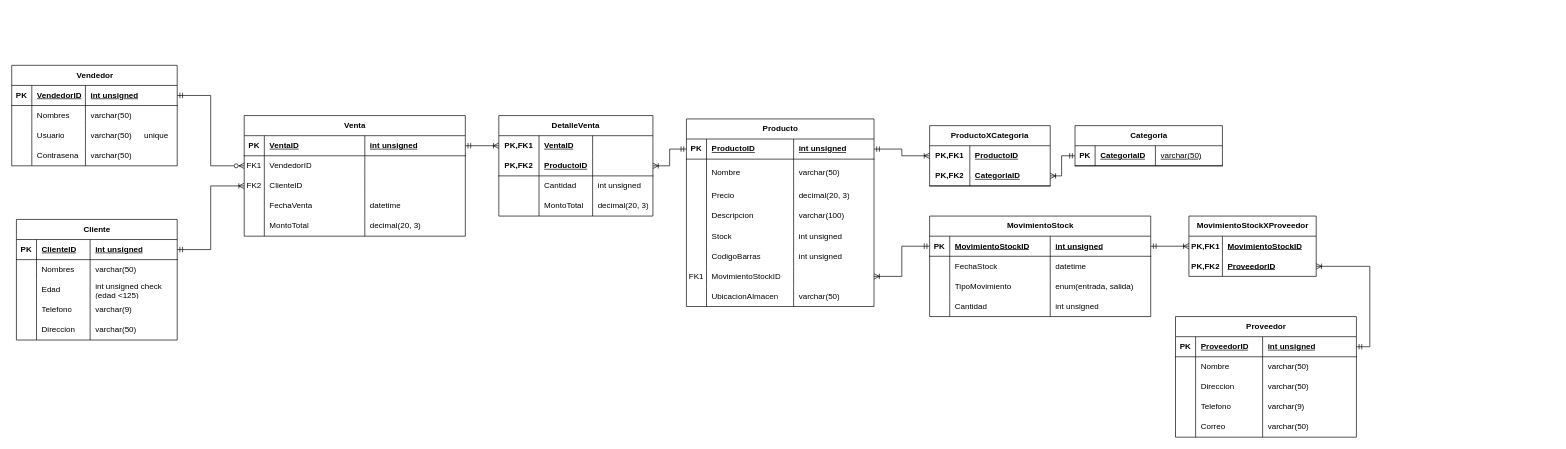
The draw.io diagram Documentacion/DiagramaDB.drawio in kurizuki/Kronos, before the edit. Source tidied: cells renumbered, new cells numbered last; positions are measured from the earlier drawing's top-left corner, leaving out a move shared by most shapes. Both pictures are drawn from the tidied source at 67%, with x=0, y=0 at pixel (11, 65).
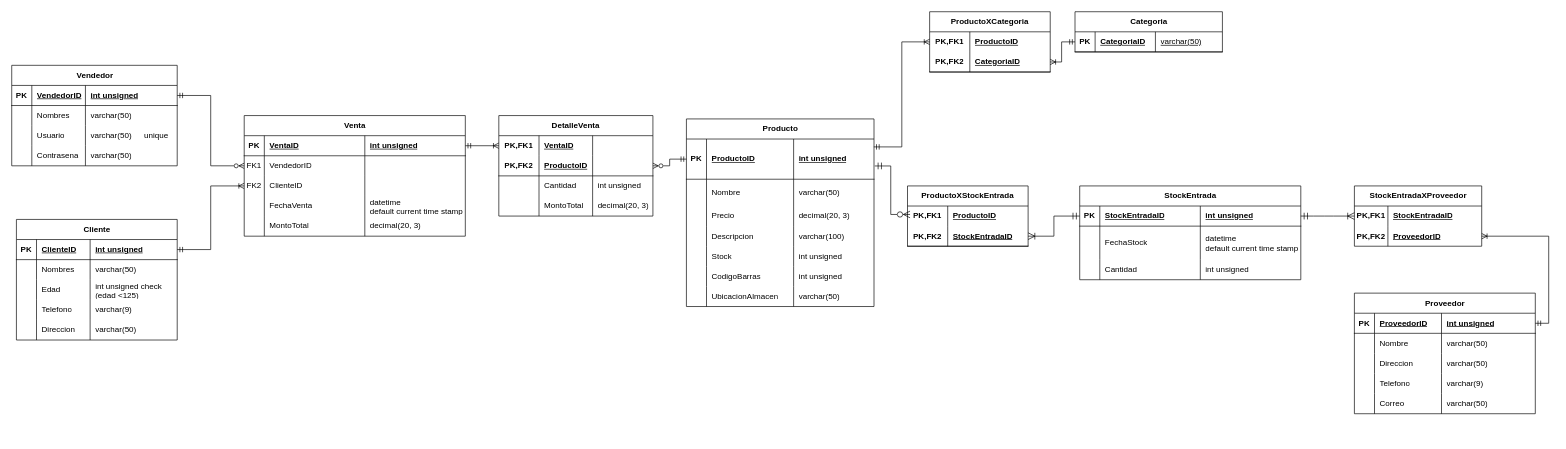
Above is the later version.

Unchanged cells that the change refers to:
```xml
<mxCell id="2" value="Producto" style="shape=table;startSize=30;childLayout=tableLayout;rowLines=0;fontStyle=1;align=center;html=1;" parent="1" vertex="1">
  <mxGeometry x="1007" y="80" width="280" height="280" as="geometry" />
</mxCell>
<mxCell id="41" style="shape=tableRow;horizontal=0;startSize=0;swimlaneHead=0;swimlaneBody=0;fillColor=none;points=[[0,0.5],[1,0.5]];portConstraint=eastwest;top=0;left=0;right=0;bottom=0;html=1;" parent="40" vertex="1">
  <mxGeometry y="30" width="180" height="30" as="geometry" />
</mxCell>
<mxCell id="139" style="shape=tableRow;horizontal=0;startSize=0;swimlaneHead=0;swimlaneBody=0;fillColor=none;top=0;left=0;right=0;bottom=0;" parent="126" vertex="1">
  <mxGeometry y="120" width="330" height="30" as="geometry" />
</mxCell>
<mxCell id="154" style="shape=tableRow;horizontal=0;startSize=0;swimlaneHead=0;swimlaneBody=0;fillColor=none;points=[[0,0.5],[1,0.5]];portConstraint=eastwest;top=0;left=0;right=0;bottom=1;html=1;" parent="149" vertex="1">
  <mxGeometry y="60" width="230" height="30" as="geometry" />
</mxCell>
<mxCell id="171" style="shape=tableRow;horizontal=0;startSize=0;swimlaneHead=0;swimlaneBody=0;fillColor=none;points=[[0,0.5],[1,0.5]];portConstraint=eastwest;top=0;left=0;right=0;bottom=0;" parent="170" vertex="1">
  <mxGeometry y="30" width="190" height="30" as="geometry" />
</mxCell>
```

The edit, as a diff of the source:
```diff
@@
     <mxCell id="3" style="shape=tableRow;horizontal=0;startSize=0;swimlaneHead=0;swimlaneBody=0;fillColor=none;points=[[0,0.5],[1,0.5]];portConstraint=eastwest;top=0;left=0;right=0;bottom=1;" parent="2" vertex="1">
-      <mxGeometry y="30" width="280" height="30" as="geometry" />
+      <mxGeometry y="30" width="280" height="60" as="geometry" />
     </mxCell>
     <mxCell id="4" value="PK" style="shape=partialRectangle;fillColor=none;top=0;left=0;bottom=0;right=0;fontStyle=1;overflow=hidden;whiteSpace=wrap;html=1;" parent="3" vertex="1">
-      <mxGeometry width="30" height="30" as="geometry" />
+      <mxGeometry width="30" height="60" as="geometry" />
     </mxCell>
     <mxCell id="5" value="ProductoID" style="shape=partialRectangle;fillColor=none;top=0;left=0;bottom=0;right=0;align=left;spacingLeft=6;fontStyle=5;overflow=hidden;whiteSpace=wrap;html=1;" parent="3" vertex="1">
-      <mxGeometry x="30" width="130" height="30" as="geometry" />
+      <mxGeometry x="30" width="130" height="60" as="geometry" />
     </mxCell>
     <mxCell id="6" value="int unsigned" style="shape=partialRectangle;fillColor=none;top=0;left=0;bottom=0;right=0;align=left;spacingLeft=6;fontStyle=5;overflow=hidden;whiteSpace=wrap;html=1;" parent="3" vertex="1">
-      <mxGeometry x="160" width="120" height="30" as="geometry" />
+      <mxGeometry x="160" width="120" height="60" as="geometry" />
     </mxCell>
     <mxCell id="7" style="shape=tableRow;horizontal=0;startSize=0;swimlaneHead=0;swimlaneBody=0;fillColor=none;top=0;left=0;right=0;bottom=0;" parent="2" vertex="1">
-      <mxGeometry y="60" width="280" height="40" as="geometry" />
+      <mxGeometry y="90" width="280" height="40" as="geometry" />
     </mxCell>
@@
     <mxCell id="11" style="shape=tableRow;horizontal=0;startSize=0;swimlaneHead=0;swimlaneBody=0;fillColor=none;top=0;left=0;right=0;bottom=0;" parent="2" vertex="1">
-      <mxGeometry y="100" width="280" height="30" as="geometry" />
+      <mxGeometry y="130" width="280" height="30" as="geometry" />
     </mxCell>
@@
     <mxCell id="15" style="shape=tableRow;horizontal=0;startSize=0;swimlaneHead=0;swimlaneBody=0;fillColor=none;top=0;left=0;right=0;bottom=0;" parent="2" vertex="1">
-      <mxGeometry y="130" width="280" height="30" as="geometry" />
+      <mxGeometry y="160" width="280" height="30" as="geometry" />
     </mxCell>
@@
     <mxCell id="19" style="shape=tableRow;horizontal=0;startSize=0;swimlaneHead=0;swimlaneBody=0;fillColor=none;top=0;left=0;right=0;bottom=0;" parent="2" vertex="1">
-      <mxGeometry y="160" width="280" height="30" as="geometry" />
+      <mxGeometry y="190" width="280" height="30" as="geometry" />
     </mxCell>
@@
     <mxCell id="23" style="shape=tableRow;horizontal=0;startSize=0;swimlaneHead=0;swimlaneBody=0;fillColor=none;top=0;left=0;right=0;bottom=0;" parent="2" vertex="1">
-      <mxGeometry y="190" width="280" height="30" as="geometry" />
+      <mxGeometry y="220" width="280" height="30" as="geometry" />
     </mxCell>
@@
-    <mxCell id="27" style="shape=tableRow;horizontal=0;startSize=0;swimlaneHead=0;swimlaneBody=0;fillColor=none;points=[[0,0.5],[1,0.5]];portConstraint=eastwest;top=0;left=0;right=0;bottom=0;" parent="2" vertex="1">
-      <mxGeometry y="220" width="280" height="30" as="geometry" />
-    </mxCell>
-    <mxCell id="28" value="FK1" style="shape=partialRectangle;fillColor=none;top=0;left=0;bottom=0;right=0;overflow=hidden;whiteSpace=wrap;html=1;" parent="27" vertex="1">
-      <mxGeometry width="30" height="30" as="geometry" />
-    </mxCell>
-    <mxCell id="29" value="MovimientoStockID" style="shape=partialRectangle;fillColor=none;top=0;left=0;bottom=0;right=0;align=left;spacingLeft=6;overflow=hidden;whiteSpace=wrap;html=1;" parent="27" vertex="1">
-      <mxGeometry x="30" width="130" height="30" as="geometry" />
-    </mxCell>
-    <mxCell id="30" style="shape=partialRectangle;fillColor=none;top=0;left=0;bottom=0;right=0;align=left;spacingLeft=6;overflow=hidden;whiteSpace=wrap;html=1;" parent="27" vertex="1">
-      <mxGeometry x="160" width="120" height="30" as="geometry" />
-    </mxCell>
@@
     <mxCell id="35" value="Categoria" style="shape=table;startSize=30;childLayout=tableLayout;rowLines=0;fontStyle=1;align=center;html=1;" parent="1" vertex="1">
-      <mxGeometry x="1587" y="90" width="220" height="60" as="geometry" />
+      <mxGeometry x="1587" y="-80" width="220" height="60" as="geometry" />
     </mxCell>
@@
     <mxCell id="40" value="ProductoXCategoria" style="shape=table;startSize=30;childLayout=tableLayout;rowLines=0;fontStyle=1;align=center;html=1;whiteSpace=wrap;" parent="1" vertex="1">
-      <mxGeometry x="1370" y="90" width="180" height="90" as="geometry" />
+      <mxGeometry x="1370" y="-80" width="180" height="90" as="geometry" />
     </mxCell>
@@
-    <mxCell id="47" style="edgeStyle=orthogonalEdgeStyle;rounded=0;jettySize=auto;html=1;entryX=0;entryY=0.5;entryDx=0;entryDy=0;startArrow=ERmandOne;startFill=0;endArrow=ERoneToMany;endFill=0;" parent="1" edge="1" source="3" target="41">
+    <mxCell id="47" style="edgeStyle=orthogonalEdgeStyle;rounded=0;jettySize=auto;html=1;entryX=0;entryY=0.5;entryDx=0;entryDy=0;startArrow=ERmandOne;startFill=0;endArrow=ERoneToMany;endFill=0;exitX=0.999;exitY=0.196;exitDx=0;exitDy=0;exitPerimeter=0;" parent="1" edge="1" source="3" target="41">
       <mxGeometry relative="1" as="geometry" />
     </mxCell>
@@
-    <mxCell id="49" value="MovimientoStock" style="shape=table;startSize=30;childLayout=tableLayout;rowLines=0;fontStyle=1;align=center;html=1;" parent="1" vertex="1">
-      <mxGeometry x="1370" y="225" width="330" height="150" as="geometry" />
-    </mxCell>
-    <mxCell id="50" style="shape=tableRow;horizontal=0;startSize=0;swimlaneHead=0;swimlaneBody=0;fillColor=none;points=[[0,0.5],[1,0.5]];portConstraint=eastwest;top=0;left=0;right=0;bottom=1;" parent="49" vertex="1">
-      <mxGeometry y="30" width="330" height="30" as="geometry" />
-    </mxCell>
-    <mxCell id="51" value="PK" style="shape=partialRectangle;fillColor=none;top=0;left=0;bottom=0;right=0;fontStyle=1;overflow=hidden;whiteSpace=wrap;html=1;" parent="50" vertex="1">
-      <mxGeometry width="30" height="30" as="geometry" />
-    </mxCell>
-    <mxCell id="52" value="MovimientoStockID" style="shape=partialRectangle;fillColor=none;top=0;left=0;bottom=0;right=0;align=left;spacingLeft=6;fontStyle=5;overflow=hidden;whiteSpace=wrap;html=1;" parent="50" vertex="1">
-      <mxGeometry x="30" width="150" height="30" as="geometry" />
-    </mxCell>
-    <mxCell id="53" value="int unsigned" style="shape=partialRectangle;fillColor=none;top=0;left=0;bottom=0;right=0;align=left;spacingLeft=6;fontStyle=5;overflow=hidden;whiteSpace=wrap;html=1;" parent="50" vertex="1">
-      <mxGeometry x="180" width="150" height="30" as="geometry" />
-    </mxCell>
-    <mxCell id="54" style="shape=tableRow;horizontal=0;startSize=0;swimlaneHead=0;swimlaneBody=0;fillColor=none;top=0;left=0;right=0;bottom=0;" parent="49" vertex="1">
-      <mxGeometry y="60" width="330" height="30" as="geometry" />
-    </mxCell>
-    <mxCell id="55" style="shape=partialRectangle;fillColor=none;top=0;left=0;bottom=0;right=0;overflow=hidden;whiteSpace=wrap;html=1;" parent="54" vertex="1">
-      <mxGeometry width="30" height="30" as="geometry" />
-    </mxCell>
-    <mxCell id="56" value="FechaStock" style="shape=partialRectangle;fillColor=none;top=0;left=0;bottom=0;right=0;align=left;spacingLeft=6;overflow=hidden;whiteSpace=wrap;html=1;" parent="54" vertex="1">
-      <mxGeometry x="30" width="150" height="30" as="geometry" />
-    </mxCell>
-    <mxCell id="57" value="datetime" style="shape=partialRectangle;fillColor=none;top=0;left=0;bottom=0;right=0;align=left;spacingLeft=6;overflow=hidden;whiteSpace=wrap;html=1;" parent="54" vertex="1">
-      <mxGeometry x="180" width="150" height="30" as="geometry" />
-    </mxCell>
-    <mxCell id="58" style="shape=tableRow;horizontal=0;startSize=0;swimlaneHead=0;swimlaneBody=0;fillColor=none;top=0;left=0;right=0;bottom=0;" parent="49" vertex="1">
-      <mxGeometry y="90" width="330" height="30" as="geometry" />
-    </mxCell>
-    <mxCell id="59" style="shape=partialRectangle;fillColor=none;top=0;left=0;bottom=0;right=0;overflow=hidden;whiteSpace=wrap;html=1;" parent="58" vertex="1">
-      <mxGeometry width="30" height="30" as="geometry" />
-    </mxCell>
-    <mxCell id="60" value="TipoMovimiento" style="shape=partialRectangle;fillColor=none;top=0;left=0;bottom=0;right=0;align=left;spacingLeft=6;overflow=hidden;whiteSpace=wrap;html=1;" parent="58" vertex="1">
-      <mxGeometry x="30" width="150" height="30" as="geometry" />
-    </mxCell>
-    <mxCell id="61" value="enum(&lt;span class=&quot;hljs-string&quot;&gt;entrada&lt;/span&gt;,&amp;nbsp;&lt;span class=&quot;hljs-string&quot;&gt;salida&lt;/span&gt;)" style="shape=partialRectangle;fillColor=none;top=0;left=0;bottom=0;right=0;align=left;spacingLeft=6;overflow=hidden;whiteSpace=wrap;html=1;" parent="58" vertex="1">
-      <mxGeometry x="180" width="150" height="30" as="geometry" />
-    </mxCell>
-    <mxCell id="62" style="shape=tableRow;horizontal=0;startSize=0;swimlaneHead=0;swimlaneBody=0;fillColor=none;top=0;left=0;right=0;bottom=0;" parent="49" vertex="1">
-      <mxGeometry y="120" width="330" height="30" as="geometry" />
-    </mxCell>
-    <mxCell id="63" style="shape=partialRectangle;fillColor=none;top=0;left=0;bottom=0;right=0;overflow=hidden;whiteSpace=wrap;html=1;" parent="62" vertex="1">
-      <mxGeometry width="30" height="30" as="geometry" />
-    </mxCell>
-    <mxCell id="64" value="Cantidad" style="shape=partialRectangle;fillColor=none;top=0;left=0;bottom=0;right=0;align=left;spacingLeft=6;overflow=hidden;whiteSpace=wrap;html=1;" parent="62" vertex="1">
-      <mxGeometry x="30" width="150" height="30" as="geometry" />
-    </mxCell>
-    <mxCell id="65" value="int unsigned" style="shape=partialRectangle;fillColor=none;top=0;left=0;bottom=0;right=0;align=left;spacingLeft=6;overflow=hidden;whiteSpace=wrap;html=1;" parent="62" vertex="1">
-      <mxGeometry x="180" width="150" height="30" as="geometry" />
-    </mxCell>
@@
-    <mxCell id="83" style="edgeStyle=orthogonalEdgeStyle;rounded=0;jettySize=auto;html=1;startArrow=ERmandOne;startFill=0;endArrow=ERoneToMany;endFill=0;" parent="1" edge="1" source="50" target="27">
-      <mxGeometry relative="1" as="geometry" />
-    </mxCell>
@@
     <mxCell id="105" value="Proveedor" style="shape=table;startSize=30;childLayout=tableLayout;rowLines=0;fontStyle=1;align=center;html=1;" parent="1" vertex="1">
-      <mxGeometry x="1737" y="375" width="270" height="180" as="geometry" />
+      <mxGeometry x="2004" y="340" width="270" height="180" as="geometry" />
     </mxCell>
@@
-    <mxCell id="142" value="datetime" style="shape=partialRectangle;fillColor=none;top=0;left=0;bottom=0;right=0;align=left;spacingLeft=6;overflow=hidden;whiteSpace=wrap;html=1;" parent="139" vertex="1">
+    <mxCell id="142" value="datetime&lt;div&gt;default current time stamp&lt;/div&gt;&lt;div&gt;&lt;br&gt;&lt;/div&gt;" style="shape=partialRectangle;fillColor=none;top=0;left=0;bottom=0;right=0;align=left;spacingLeft=6;overflow=hidden;whiteSpace=wrap;html=1;" parent="139" vertex="1">
       <mxGeometry x="180" width="150" height="30" as="geometry" />
     </mxCell>
@@
-    <mxCell id="167" style="edgeStyle=orthogonalEdgeStyle;rounded=0;jettySize=auto;html=1;endArrow=ERoneToMany;endFill=0;startArrow=ERmandOne;startFill=0;" parent="1" edge="1" source="3" target="154">
+    <mxCell id="167" style="edgeStyle=orthogonalEdgeStyle;rounded=0;jettySize=auto;html=1;endArrow=ERzeroToMany;endFill=0;startArrow=ERmandOne;startFill=0;" parent="1" edge="1" source="3" target="154">
       <mxGeometry relative="1" as="geometry" />
     </mxCell>
@@
-    <mxCell id="169" style="edgeStyle=orthogonalEdgeStyle;rounded=0;jettySize=auto;html=1;endArrow=ERmandOne;endFill=0;startArrow=ERoneToMany;startFill=0;exitX=0;exitY=0.5;exitDx=0;exitDy=0;" parent="1" edge="1" source="171" target="50">
-      <mxGeometry relative="1" as="geometry" />
-    </mxCell>
+    <mxCell id="177" style="edgeStyle=none;curved=1;rounded=0;jettySize=auto;html=1;entryX=1;entryY=0.5;entryDx=0;entryDy=0;fontSize=12;startSize=8;endSize=8;endArrow=ERmandOne;endFill=0;startArrow=ERoneToMany;startFill=0;" parent="1" edge="1" source="170" target="50">
+      <mxGeometry relative="1" as="geometry" />
+    </mxCell>
-    <mxCell id="170" value="&lt;span style=&quot;text-wrap: wrap;&quot;&gt;MovimientoStockXProveedor&lt;/span&gt;" style="shape=table;startSize=30;childLayout=tableLayout;rowLines=0;fontStyle=1;align=center;html=1;" parent="1" vertex="1">
-      <mxGeometry x="1757" y="225" width="190" height="90" as="geometry" />
+    <mxCell id="170" value="&lt;span style=&quot;text-wrap: wrap;&quot;&gt;StockEntradaXProveedor&lt;/span&gt;" style="shape=table;startSize=30;childLayout=tableLayout;rowLines=0;fontStyle=1;align=center;html=1;" parent="1" vertex="1">
+      <mxGeometry x="2004" y="180" width="190" height="90" as="geometry" />
     </mxCell>
@@
-    <mxCell id="173" value="&lt;b&gt;&lt;u&gt;MovimientoStockID&lt;/u&gt;&lt;/b&gt;" style="shape=partialRectangle;fillColor=none;top=0;left=0;bottom=0;right=0;align=left;spacingLeft=6;overflow=hidden;whiteSpace=wrap;html=1;" parent="171" vertex="1">
+    <mxCell id="173" value="&lt;span style=&quot;font-weight: 700; text-decoration-line: underline;&quot;&gt;StockEntradaID&lt;/span&gt;" style="shape=partialRectangle;fillColor=none;top=0;left=0;bottom=0;right=0;align=left;spacingLeft=6;overflow=hidden;whiteSpace=wrap;html=1;" parent="171" vertex="1">
       <mxGeometry x="50" width="140" height="30" as="geometry" />
     </mxCell>
@@
+    <mxCell id="178" value="StockEntrada" style="shape=table;startSize=30;childLayout=tableLayout;rowLines=0;fontStyle=1;align=center;html=1;" parent="1" vertex="1">
+      <mxGeometry x="1594" y="180" width="330" height="140" as="geometry" />
+    </mxCell>
+    <mxCell id="50" style="shape=tableRow;horizontal=0;startSize=0;swimlaneHead=0;swimlaneBody=0;fillColor=none;points=[[0,0.5],[1,0.5]];portConstraint=eastwest;top=0;left=0;right=0;bottom=1;" parent="178" vertex="1">
+      <mxGeometry y="30" width="330" height="30" as="geometry" />
+    </mxCell>
+    <mxCell id="51" value="PK" style="shape=partialRectangle;fillColor=none;top=0;left=0;bottom=0;right=0;fontStyle=1;overflow=hidden;whiteSpace=wrap;html=1;" parent="50" vertex="1">
+      <mxGeometry width="30" height="30" as="geometry" />
+    </mxCell>
+    <mxCell id="179" value="StockEntradaID" style="shape=partialRectangle;fillColor=none;top=0;left=0;bottom=0;right=0;align=left;spacingLeft=6;fontStyle=5;overflow=hidden;whiteSpace=wrap;html=1;" parent="50" vertex="1">
+      <mxGeometry x="30" width="150" height="30" as="geometry" />
+    </mxCell>
+    <mxCell id="53" value="int unsigned" style="shape=partialRectangle;fillColor=none;top=0;left=0;bottom=0;right=0;align=left;spacingLeft=6;fontStyle=5;overflow=hidden;whiteSpace=wrap;html=1;" parent="50" vertex="1">
+      <mxGeometry x="180" width="150" height="30" as="geometry" />
+    </mxCell>
+    <mxCell id="180" style="shape=tableRow;horizontal=0;startSize=0;swimlaneHead=0;swimlaneBody=0;fillColor=none;top=0;left=0;right=0;bottom=0;" parent="178" vertex="1">
+      <mxGeometry y="60" width="330" height="50" as="geometry" />
+    </mxCell>
+    <mxCell id="181" style="shape=partialRectangle;fillColor=none;top=0;left=0;bottom=0;right=0;overflow=hidden;whiteSpace=wrap;html=1;" parent="180" vertex="1">
+      <mxGeometry width="30" height="50" as="geometry" />
+    </mxCell>
+    <mxCell id="56" value="FechaStock" style="shape=partialRectangle;fillColor=none;top=0;left=0;bottom=0;right=0;align=left;spacingLeft=6;overflow=hidden;whiteSpace=wrap;html=1;" parent="180" vertex="1">
+      <mxGeometry x="30" width="150" height="50" as="geometry" />
+    </mxCell>
+    <mxCell id="182" value="datetime&lt;div&gt;default current time stamp&lt;/div&gt;" style="shape=partialRectangle;fillColor=none;top=0;left=0;bottom=0;right=0;align=left;spacingLeft=6;overflow=hidden;whiteSpace=wrap;html=1;" parent="180" vertex="1">
+      <mxGeometry x="180" width="150" height="50" as="geometry" />
+    </mxCell>
+    <mxCell id="183" style="shape=tableRow;horizontal=0;startSize=0;swimlaneHead=0;swimlaneBody=0;fillColor=none;top=0;left=0;right=0;bottom=0;" parent="178" vertex="1">
+      <mxGeometry y="110" width="330" height="30" as="geometry" />
+    </mxCell>
+    <mxCell id="184" style="shape=partialRectangle;fillColor=none;top=0;left=0;bottom=0;right=0;overflow=hidden;whiteSpace=wrap;html=1;" parent="183" vertex="1">
+      <mxGeometry width="30" height="30" as="geometry" />
+    </mxCell>
+    <mxCell id="64" value="Cantidad" style="shape=partialRectangle;fillColor=none;top=0;left=0;bottom=0;right=0;align=left;spacingLeft=6;overflow=hidden;whiteSpace=wrap;html=1;" parent="183" vertex="1">
+      <mxGeometry x="30" width="150" height="30" as="geometry" />
+    </mxCell>
+    <mxCell id="65" value="int unsigned" style="shape=partialRectangle;fillColor=none;top=0;left=0;bottom=0;right=0;align=left;spacingLeft=6;overflow=hidden;whiteSpace=wrap;html=1;" parent="183" vertex="1">
+      <mxGeometry x="180" width="150" height="30" as="geometry" />
+    </mxCell>
+    <mxCell id="185" value="ProductoXStockEntrada" style="shape=table;startSize=30;childLayout=tableLayout;rowLines=0;fontStyle=1;align=center;html=1;whiteSpace=wrap;" parent="1" vertex="1">
+      <mxGeometry x="1337" y="180" width="180" height="90" as="geometry" />
+    </mxCell>
+    <mxCell id="186" style="shape=tableRow;horizontal=0;startSize=0;swimlaneHead=0;swimlaneBody=0;fillColor=none;points=[[0,0.5],[1,0.5]];portConstraint=eastwest;top=0;left=0;right=0;bottom=0;html=1;" parent="185" vertex="1">
+      <mxGeometry y="30" width="180" height="30" as="geometry" />
+    </mxCell>
+    <mxCell id="187" value="PK,FK1" style="shape=partialRectangle;fillColor=none;top=0;left=0;bottom=0;right=0;fontStyle=1;overflow=hidden;html=1;whiteSpace=wrap;" parent="186" vertex="1">
+      <mxGeometry width="60" height="30" as="geometry" />
+    </mxCell>
+    <mxCell id="188" value="&lt;span style=&quot;text-align: center; text-wrap-mode: nowrap;&quot;&gt;ProductoID&lt;/span&gt;" style="shape=partialRectangle;fillColor=none;top=0;left=0;bottom=0;right=0;align=left;spacingLeft=6;fontStyle=5;overflow=hidden;html=1;whiteSpace=wrap;" parent="186" vertex="1">
+      <mxGeometry x="60" width="120" height="30" as="geometry" />
+    </mxCell>
+    <mxCell id="189" style="shape=tableRow;horizontal=0;startSize=0;swimlaneHead=0;swimlaneBody=0;fillColor=none;points=[[0,0.5],[1,0.5]];portConstraint=eastwest;top=0;left=0;right=0;bottom=1;html=1;" parent="185" vertex="1">
+      <mxGeometry y="60" width="180" height="30" as="geometry" />
+    </mxCell>
+    <mxCell id="190" value="PK,FK2" style="shape=partialRectangle;fillColor=none;top=0;left=0;bottom=0;right=0;fontStyle=1;overflow=hidden;html=1;whiteSpace=wrap;" parent="189" vertex="1">
+      <mxGeometry width="60" height="30" as="geometry" />
+    </mxCell>
+    <mxCell id="191" value="&lt;span style=&quot;text-align: center; text-wrap-mode: nowrap;&quot;&gt;StockEntradaID&lt;/span&gt;" style="shape=partialRectangle;fillColor=none;top=0;left=0;bottom=0;right=0;align=left;spacingLeft=6;fontStyle=5;overflow=hidden;html=1;whiteSpace=wrap;" parent="189" vertex="1">
+      <mxGeometry x="60" width="120" height="30" as="geometry" />
+    </mxCell>
+    <mxCell id="192" style="edgeStyle=orthogonalEdgeStyle;rounded=0;jettySize=auto;html=1;entryX=0.021;entryY=0.419;entryDx=0;entryDy=0;entryPerimeter=0;fontSize=12;startSize=8;endSize=8;endArrow=ERzeroToMany;endFill=0;startArrow=ERmandOne;startFill=0;exitX=1.004;exitY=0.67;exitDx=0;exitDy=0;exitPerimeter=0;" parent="1" edge="1" source="3" target="186">
+      <mxGeometry relative="1" as="geometry" />
+    </mxCell>
+    <mxCell id="193" style="edgeStyle=orthogonalEdgeStyle;rounded=0;jettySize=auto;html=1;entryX=0;entryY=0.5;entryDx=0;entryDy=0;fontSize=12;startSize=8;endSize=8;endArrow=ERmandOne;endFill=0;startArrow=ERoneToMany;startFill=0;" parent="1" edge="1" source="189" target="50">
+      <mxGeometry relative="1" as="geometry" />
+    </mxCell>
```
